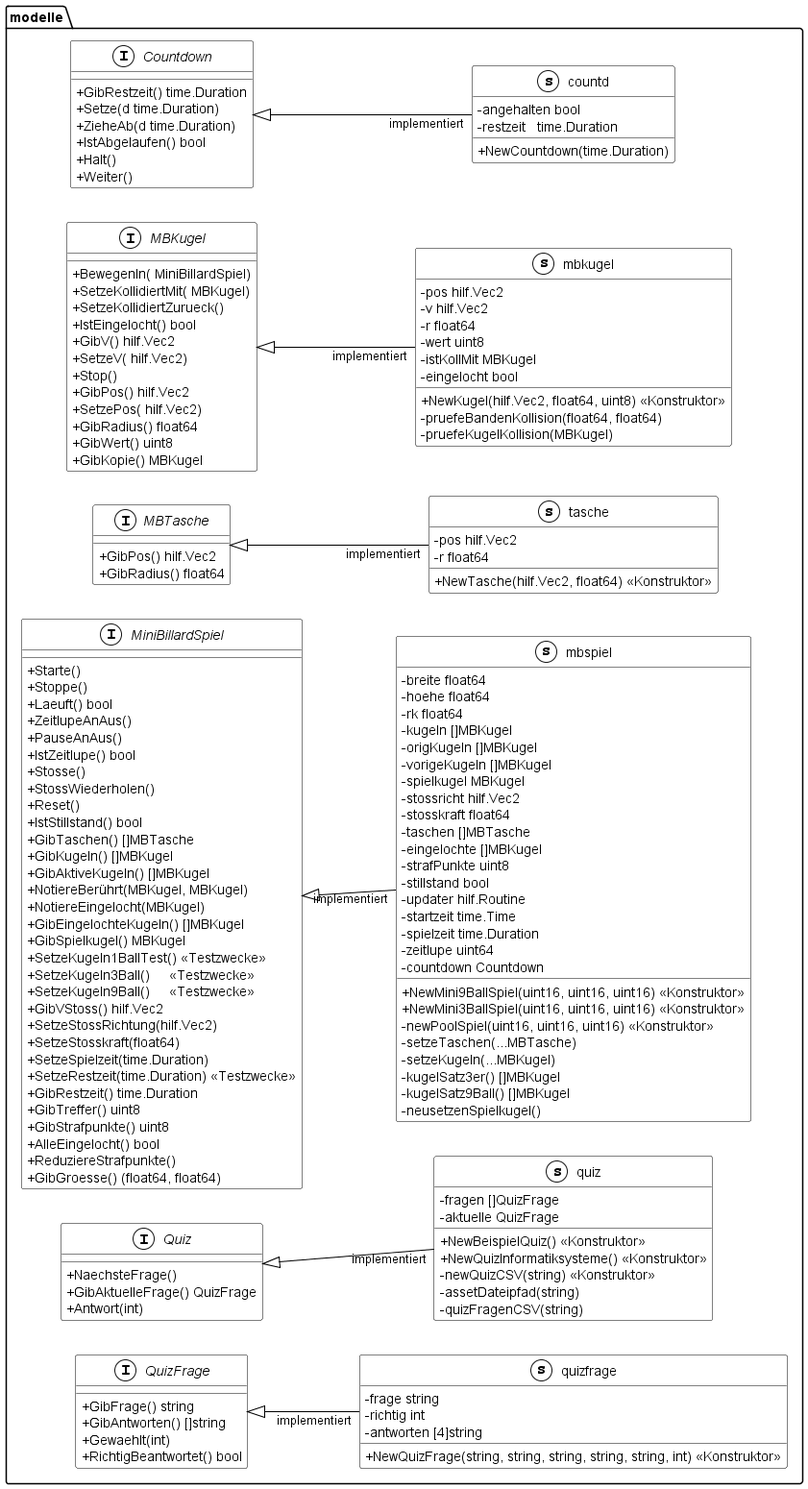
This is documentation/UML/modelle.png from Fussbroich/lwb-SWP, a PlantUML export, as it was before one commit.
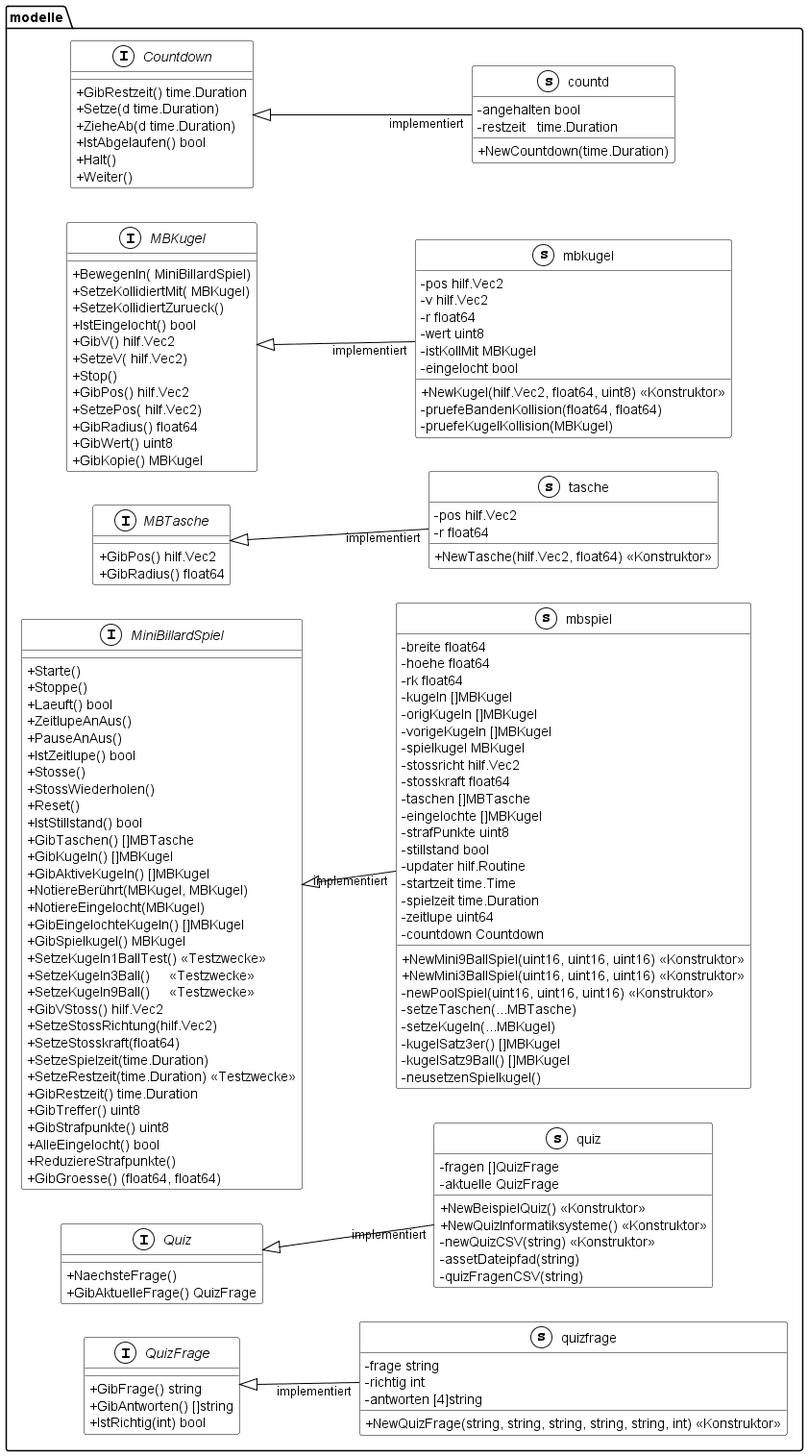
The same file after the commit.

Change to the diagram source:
```diff
@@ -73,13 +73,11 @@
     interface Quiz << (I,White) >> {
         + NaechsteFrage()
         + GibAktuelleFrage() QuizFrage
-        + Antwort(int)
     }
     interface QuizFrage << (I,White) >> {
         + GibFrage() string
         + GibAntworten() []string
-        + Gewaehlt(int)
-        + RichtigBeantwortet() bool
+        + IstRichtig(int) bool
 
     }
     class countd << (s,White) >> {
```
